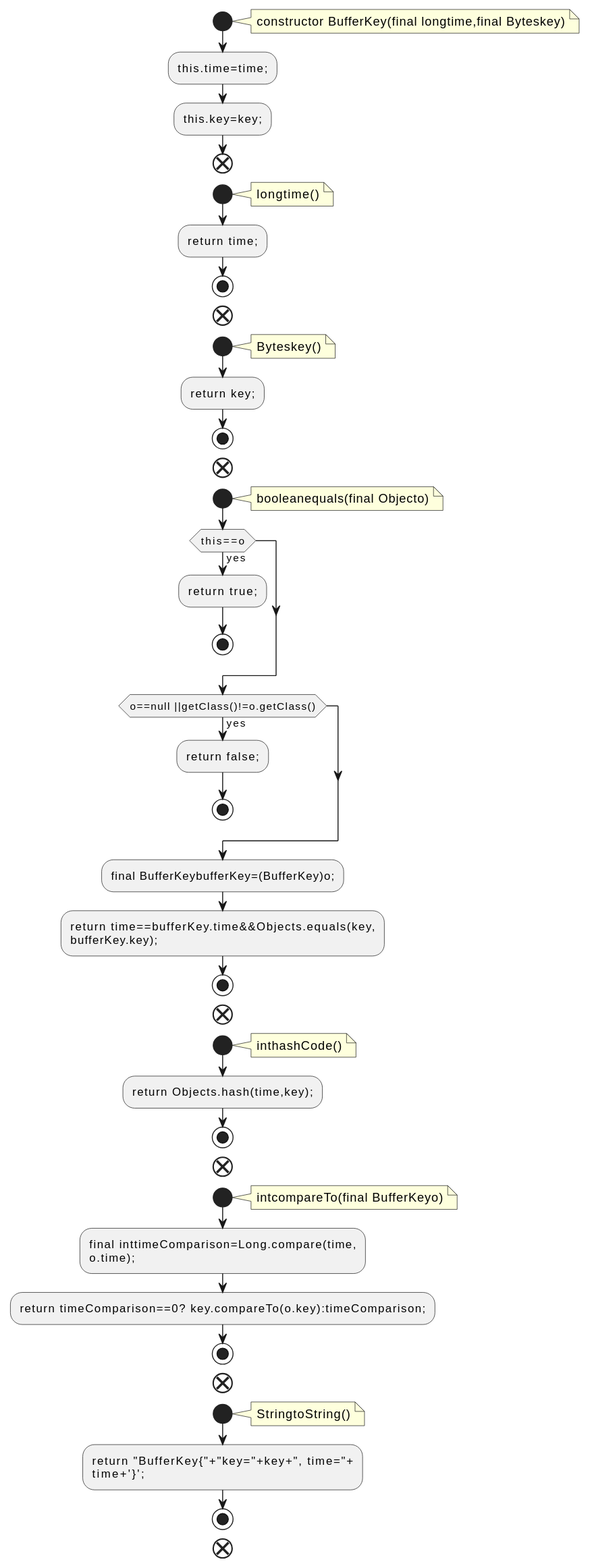
This is docs/qc/streams/src/main/java/org/apache/kafka/streams/state/internals/BufferKey.java.fct.svg from qualitesys/kafka, a PlantUML export, as it was before one commit.
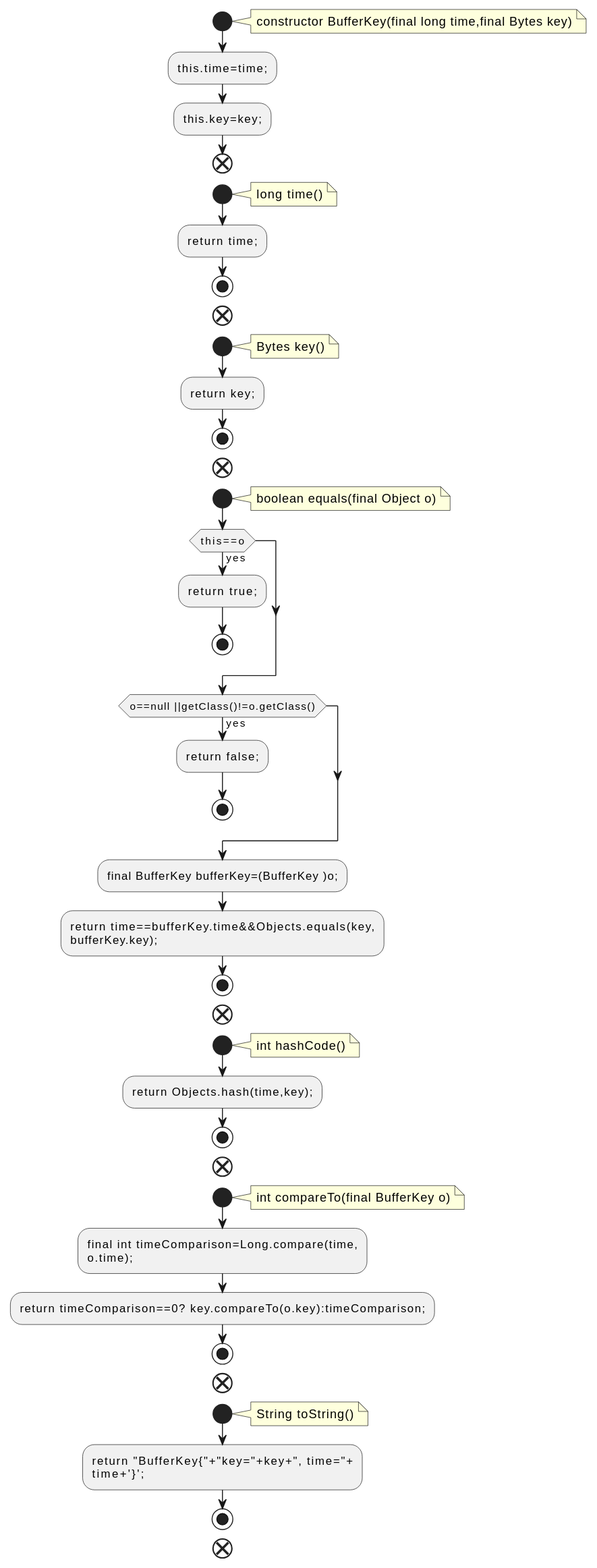
The same file after the commit.

What changed in the source:
```diff
@@ -2,28 +2,28 @@
 !pragma layout smetana
 start
 note right
-constructor BufferKey(final longtime,final Byteskey)
+constructor BufferKey(final long time,final Bytes key)
 end note
 :this.time=time;;
 :this.key=key;;
 end
 start
 note right
-longtime()
+long time()
 end note
 :return time;;
 stop
 end
 start
 note right
-Byteskey()
+Bytes key()
 end note
 :return key;;
 stop
 end
 start
 note right
-booleanequals(final Objecto)
+boolean equals(final Object o)
 end note
 if (this==o) then (yes)
 :return true;;
@@ -33,30 +33,30 @@
 :return false;;
 stop
 endif
-:final BufferKeybufferKey=(BufferKey)o;;
+:final BufferKey bufferKey=(BufferKey )o;;
 :return time==bufferKey.time&&Objects.equals(key,
 bufferKey.key);;
 stop
 end
 start
 note right
-inthashCode()
+int hashCode()
 end note
 :return Objects.hash(time,key);;
 stop
 end
 start
 note right
-intcompareTo(final BufferKeyo)
+int compareTo(final BufferKey o)
 end note
-:final inttimeComparison=Long.compare(time,
+:final int timeComparison=Long.compare(time,
 o.time);;
 :return timeComparison==0? key.compareTo(o.key):timeComparison;;
 stop
 end
 start
 note right
-StringtoString()
+String toString()
 end note
 :return "BufferKey{"+"key="+key+", time="+
 time+'}';;
```
